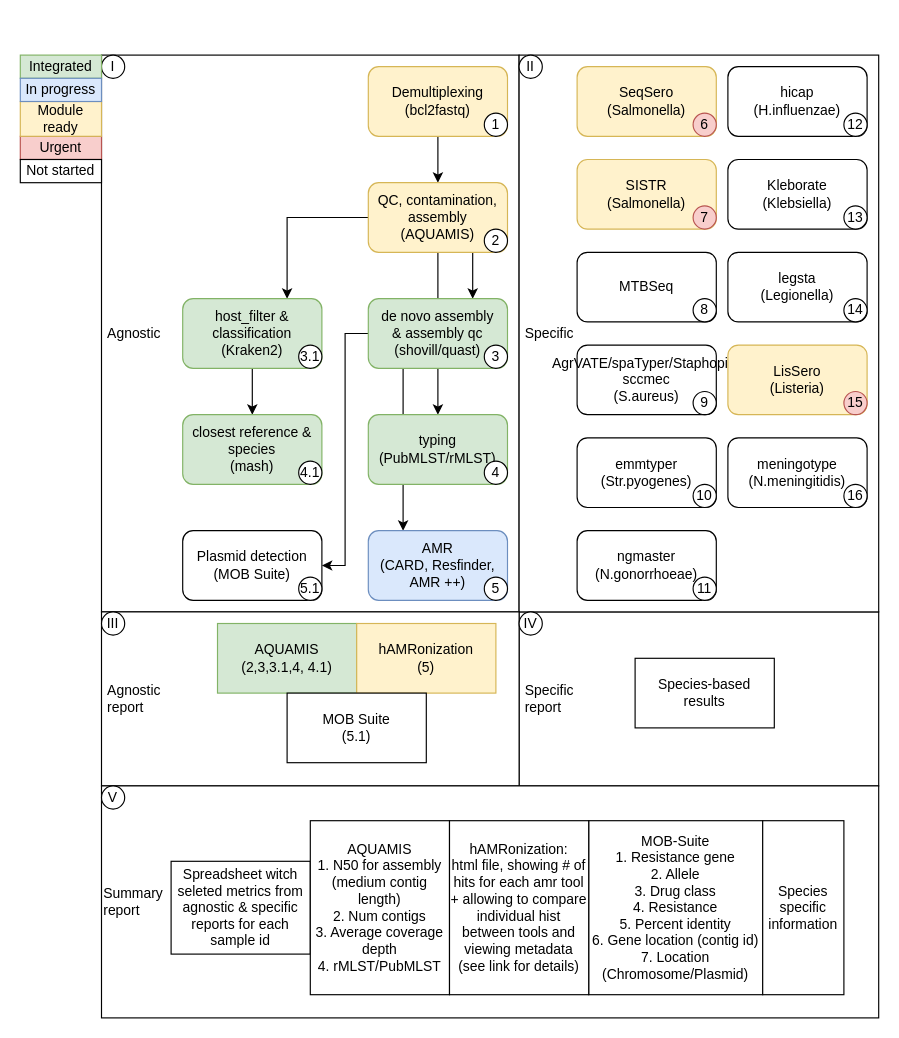
This is notes/Agnostic_specific_pipe.drawio from NMRL/Ardetype, a draw.io file, before an edit. Source tidied: cells renumbered, new cells numbered last; positions are measured from the earlier drawing's top-left corner, leaving out a move shared by most shapes. Both pictures are drawn from the tidied source at 116%, with x=0, y=0 at pixel (20, 55).
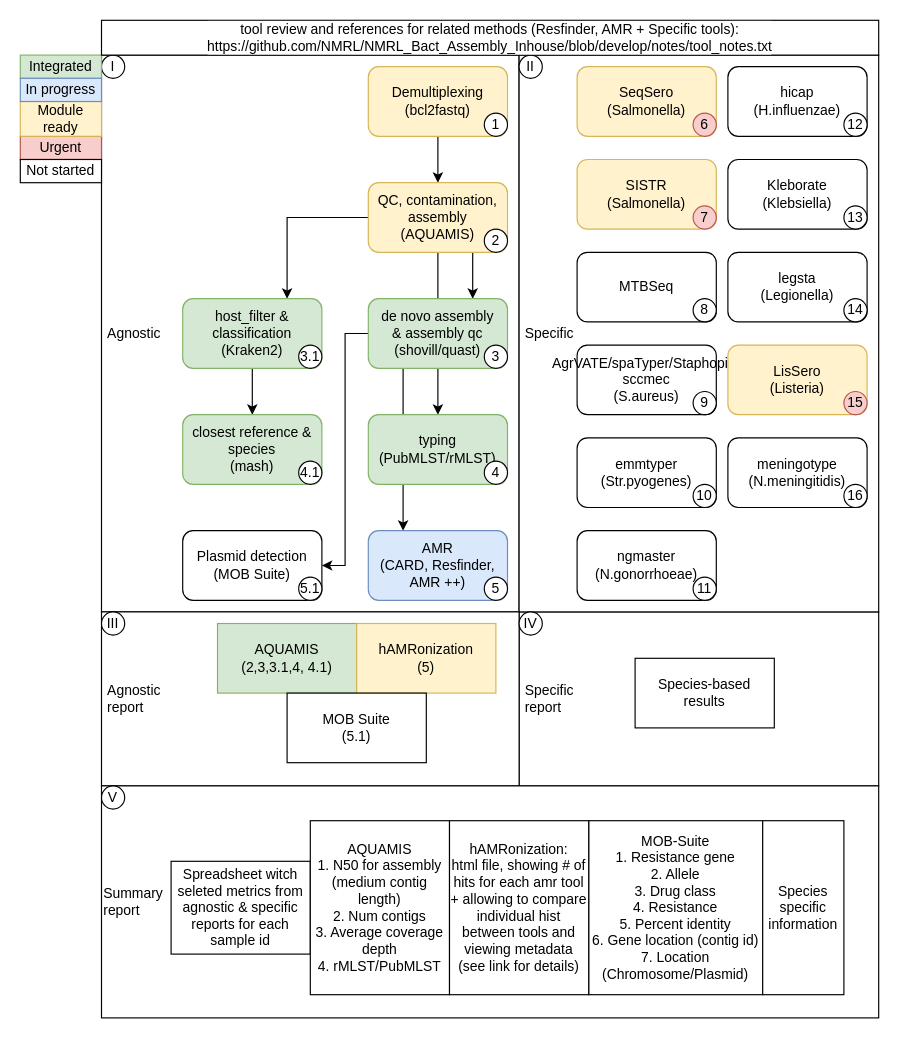
Above is the later version.

What changed in the source:
```diff
@@
+    <mxCell id="71" value="tool review and references for related methods (Resfinder, AMR + Specific tools): &lt;br&gt;https://github.com/NMRL/NMRL_Bact_Assembly_Inhouse/blob/develop/notes/tool_notes.txt" style="rounded=0;whiteSpace=wrap;html=1;labelBackgroundColor=#FFFFFF;fontColor=#000000;" parent="1" vertex="1">
+      <mxGeometry x="70" y="-30" width="670" height="30" as="geometry" />
+    </mxCell>
```
